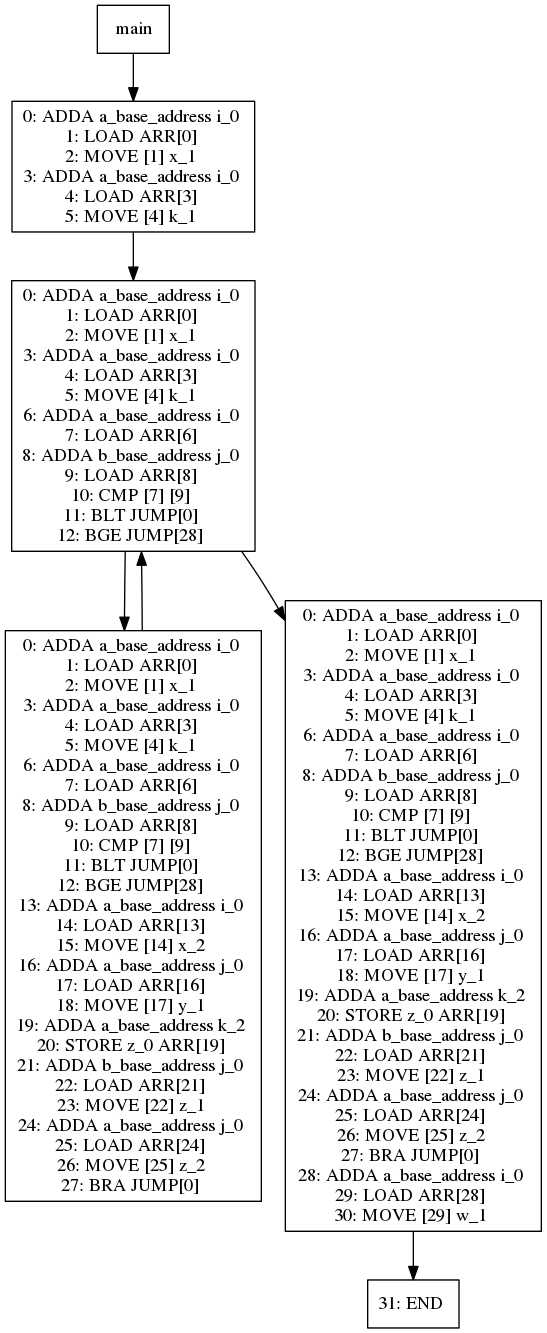
Before: viz/test026.dot.png, a diagram exported from Graphviz (jiahanwang/PL241-Compiler). Its source is kept beside it as viz/test026.dot.
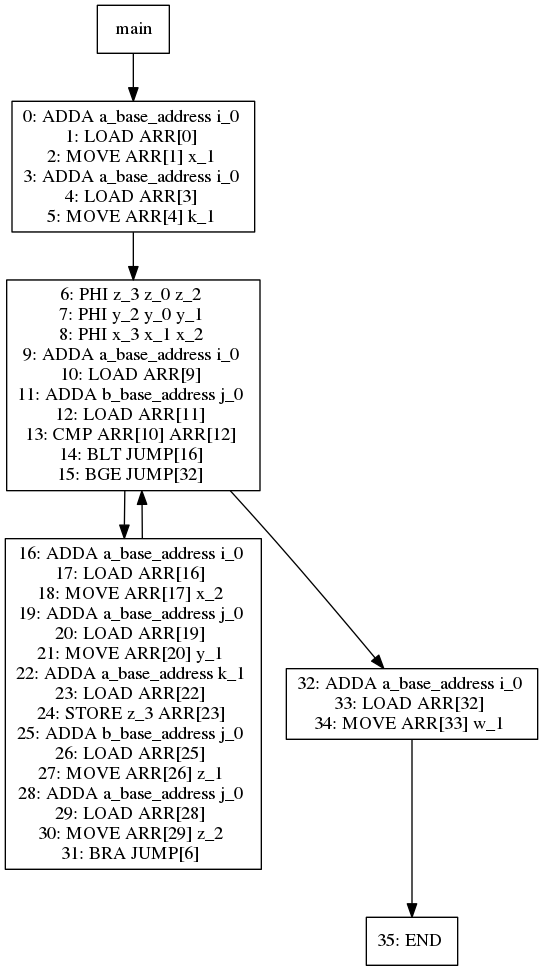
Above is the later version.

Diff of the diagram source:
```diff
@@ -4,91 +4,48 @@
 1 -> 4
 4[label="0: ADDA a_base_address i_0
 1: LOAD ARR[0]
-2: MOVE [1] x_1
+2: MOVE ARR[1] x_1
 3: ADDA a_base_address i_0
 4: LOAD ARR[3]
-5: MOVE [4] k_1
+5: MOVE ARR[4] k_1
 "]
 4 -> 6
-6[label="0: ADDA a_base_address i_0
-1: LOAD ARR[0]
-2: MOVE [1] x_1
-3: ADDA a_base_address i_0
-4: LOAD ARR[3]
-5: MOVE [4] k_1
-6: ADDA a_base_address i_0
-7: LOAD ARR[6]
-8: ADDA b_base_address j_0
-9: LOAD ARR[8]
-10: CMP [7] [9]
-11: BLT JUMP[0]
-12: BGE JUMP[28]
+6[label="6: PHI z_3 z_0 z_2
+7: PHI y_2 y_0 y_1
+8: PHI x_3 x_1 x_2
+9: ADDA a_base_address i_0
+10: LOAD ARR[9]
+11: ADDA b_base_address j_0
+12: LOAD ARR[11]
+13: CMP ARR[10] ARR[12]
+14: BLT JUMP[16]
+15: BGE JUMP[32]
 "]
 6 -> 8
-8[label="0: ADDA a_base_address i_0
-1: LOAD ARR[0]
-2: MOVE [1] x_1
-3: ADDA a_base_address i_0
-4: LOAD ARR[3]
-5: MOVE [4] k_1
-6: ADDA a_base_address i_0
-7: LOAD ARR[6]
-8: ADDA b_base_address j_0
-9: LOAD ARR[8]
-10: CMP [7] [9]
-11: BLT JUMP[0]
-12: BGE JUMP[28]
-13: ADDA a_base_address i_0
-14: LOAD ARR[13]
-15: MOVE [14] x_2
-16: ADDA a_base_address j_0
+8[label="16: ADDA a_base_address i_0
 17: LOAD ARR[16]
-18: MOVE [17] y_1
-19: ADDA a_base_address k_2
-20: STORE z_0 ARR[19]
-21: ADDA b_base_address j_0
-22: LOAD ARR[21]
-23: MOVE [22] z_1
-24: ADDA a_base_address j_0
-25: LOAD ARR[24]
-26: MOVE [25] z_2
-27: BRA JUMP[0]
+18: MOVE ARR[17] x_2
+19: ADDA a_base_address j_0
+20: LOAD ARR[19]
+21: MOVE ARR[20] y_1
+22: ADDA a_base_address k_1
+23: LOAD ARR[22]
+24: STORE z_3 ARR[23]
+25: ADDA b_base_address j_0
+26: LOAD ARR[25]
+27: MOVE ARR[26] z_1
+28: ADDA a_base_address j_0
+29: LOAD ARR[28]
+30: MOVE ARR[29] z_2
+31: BRA JUMP[6]
 "]
 8 -> 6
 6 -> 7
-7[label="0: ADDA a_base_address i_0
-1: LOAD ARR[0]
-2: MOVE [1] x_1
-3: ADDA a_base_address i_0
-4: LOAD ARR[3]
-5: MOVE [4] k_1
-6: ADDA a_base_address i_0
-7: LOAD ARR[6]
-8: ADDA b_base_address j_0
-9: LOAD ARR[8]
-10: CMP [7] [9]
-11: BLT JUMP[0]
-12: BGE JUMP[28]
-13: ADDA a_base_address i_0
-14: LOAD ARR[13]
-15: MOVE [14] x_2
-16: ADDA a_base_address j_0
-17: LOAD ARR[16]
-18: MOVE [17] y_1
-19: ADDA a_base_address k_2
-20: STORE z_0 ARR[19]
-21: ADDA b_base_address j_0
-22: LOAD ARR[21]
-23: MOVE [22] z_1
-24: ADDA a_base_address j_0
-25: LOAD ARR[24]
-26: MOVE [25] z_2
-27: BRA JUMP[0]
-28: ADDA a_base_address i_0
-29: LOAD ARR[28]
-30: MOVE [29] w_1
+7[label="32: ADDA a_base_address i_0
+33: LOAD ARR[32]
+34: MOVE ARR[33] w_1
 "]
 7 -> 14
-14[label="31: END
+14[label="35: END
 "]
 }
```
